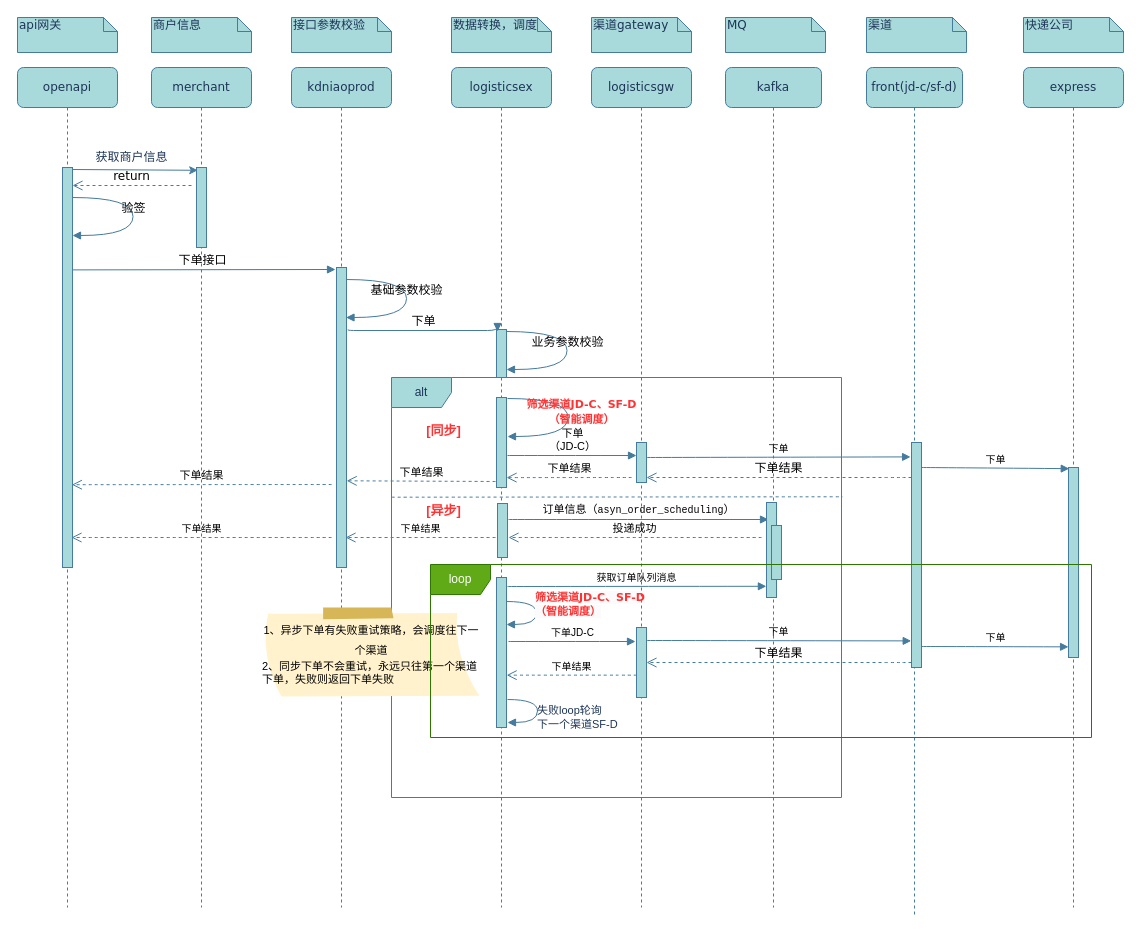
The draw.io diagram page "下单" (1 of 2) of 上门取件下单.drawio in unclequentin/diagrams, before the edit. Source tidied: cells renumbered, new cells numbered last; positions are measured from the earlier drawing's top-left corner, leaving out a move shared by most shapes. Both pictures are drawn from the tidied source at 100%, with x=0, y=0 at pixel (17, 17).
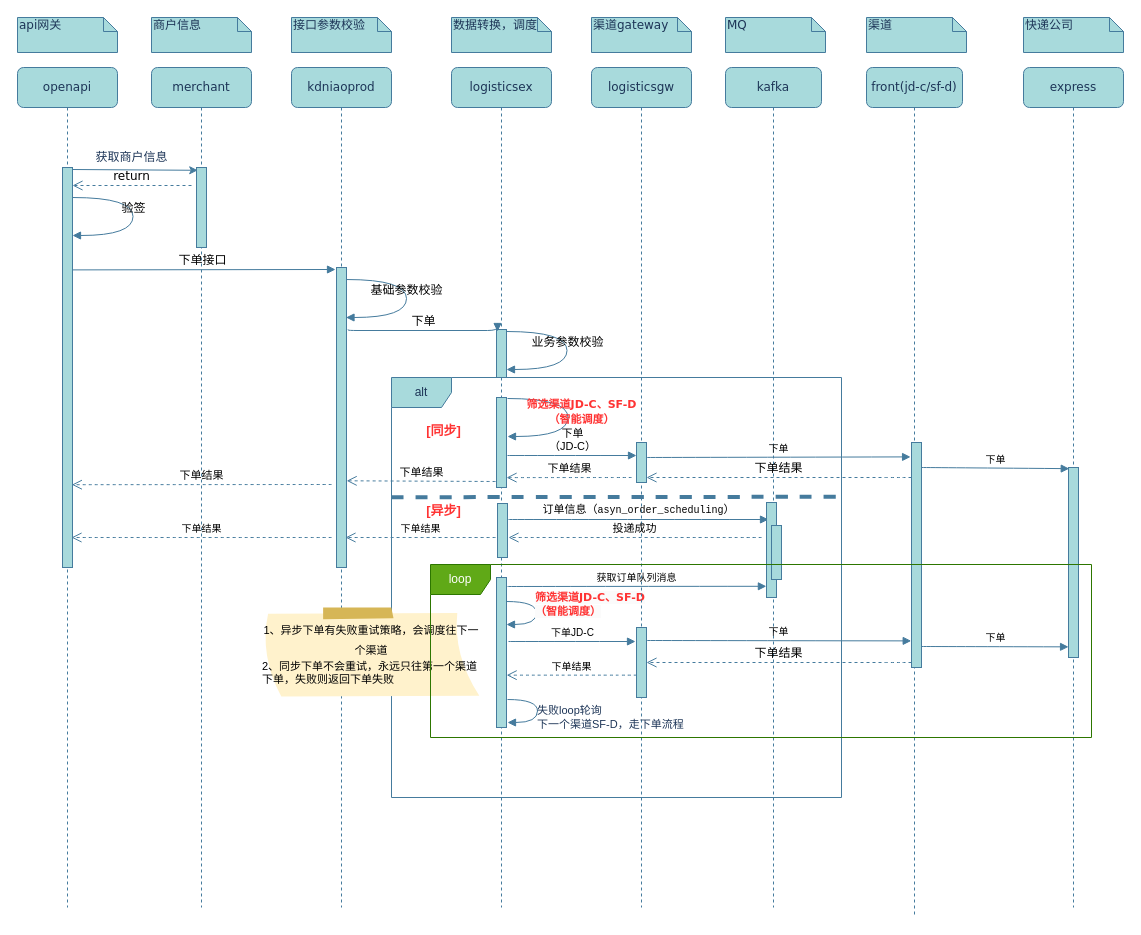
After the change.

Commit message (it also covers changes not shown here):
更新上门取件下单.drawio

Unchanged cells that the change refers to:
```xml
<mxCell id="2" value="alt" style="shape=umlFrame;whiteSpace=wrap;html=1;strokeColor=#457B9D;fillColor=#A8DADC;labelBackgroundColor=none;fontColor=#1D3557;" parent="1" vertex="1">
  <mxGeometry x="374" y="360" width="450" height="420" as="geometry" />
</mxCell>
<mxCell id="65" style="html=1;verticalAlign=bottom;endArrow=block;labelBackgroundColor=none;fontFamily=Verdana;fontSize=12;elbow=vertical;edgeStyle=orthogonalEdgeStyle;curved=1;strokeColor=#457B9D;fontColor=default;" parent="1" edge="1">
  <mxGeometry x="-0.28" y="5" relative="1" as="geometry">
    <mxPoint x="490" y="682" as="sourcePoint" />
    <mxPoint x="490" y="705" as="targetPoint" />
    <Array as="points">
      <mxPoint x="520" y="682" />
      <mxPoint x="520" y="705" />
      <mxPoint x="490" y="705" />
    </Array>
  </mxGeometry>
</mxCell>
```

What changed in the source:
```diff
@@
-    <mxCell id="42" style="endArrow=none;dashed=1;html=1;rounded=0;curved=1;entryX=1.002;entryY=0.284;entryDx=0;entryDy=0;entryPerimeter=0;strokeColor=#457B9D;exitX=0.001;exitY=0.285;exitDx=0;exitDy=0;exitPerimeter=0;labelBackgroundColor=none;fontColor=default;" parent="1" edge="1" source="2" target="2">
+    <mxCell id="42" style="endArrow=none;dashed=1;html=1;rounded=0;curved=1;entryX=1.002;entryY=0.284;entryDx=0;entryDy=0;entryPerimeter=0;strokeColor=#457B9D;exitX=0.001;exitY=0.285;exitDx=0;exitDy=0;exitPerimeter=0;labelBackgroundColor=none;fontColor=default;strokeWidth=4;" parent="1" edge="1" source="2" target="2">
       <mxGeometry relative="1" as="geometry" />
     </mxCell>
@@
-    <mxCell id="66" value="&lt;font style=&quot;font-size: 11px;&quot;&gt;失败loop轮询&lt;br style=&quot;font-size: 11px;&quot;&gt;下一个渠道SF-D&lt;/font&gt;" style="edgeLabel;html=1;align=left;verticalAlign=middle;labelBackgroundColor=none;fontColor=#1D3557;" parent="65" vertex="1">
+    <mxCell id="66" value="&lt;font style=&quot;font-size: 11px;&quot;&gt;失败loop轮询&lt;br style=&quot;font-size: 11px;&quot;&gt;下一个渠道SF-D，走下单流程&lt;/font&gt;" style="edgeLabel;html=1;align=left;verticalAlign=middle;labelBackgroundColor=none;fontColor=#1D3557;" parent="65" vertex="1">
       <mxGeometry x="0.14" y="-2" relative="1" as="geometry" />
     </mxCell>
```
